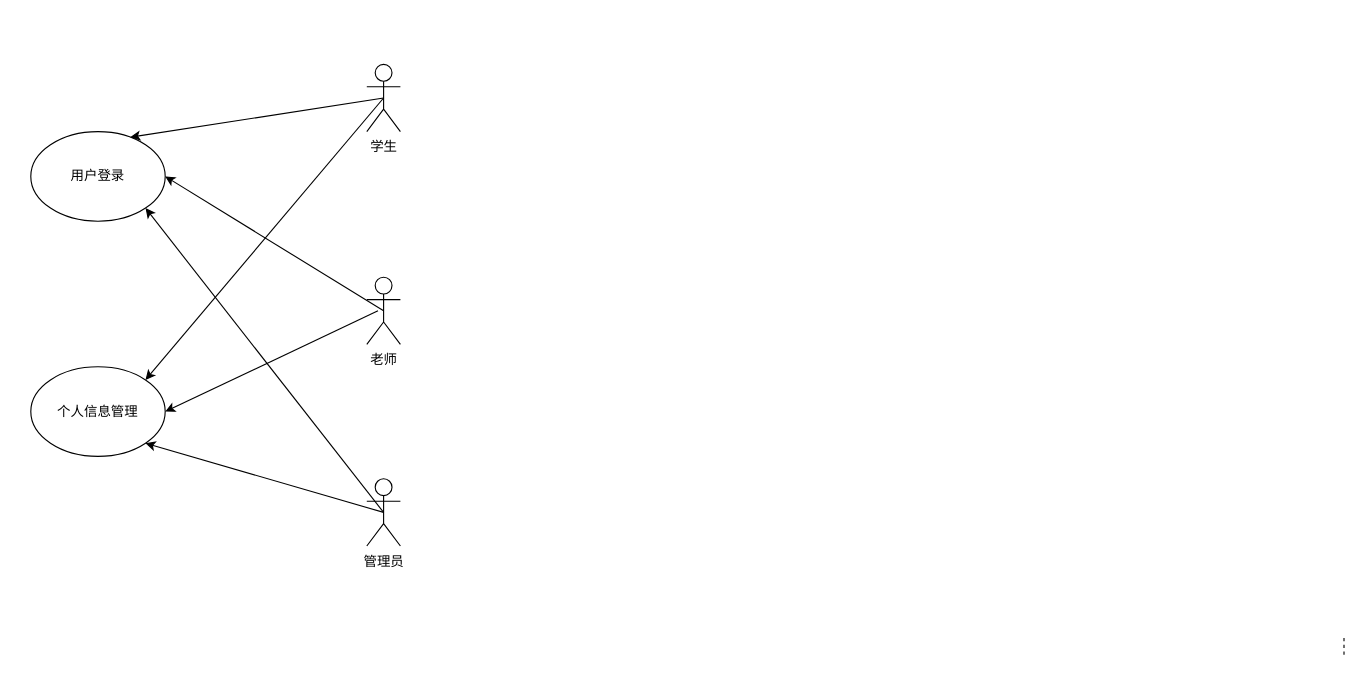
Earlier version of the draw.io diagram 未命名绘图.drawio (YuChenLiao/UML). Source tidied: cells renumbered, new cells numbered last; positions are measured from the earlier drawing's top-left corner, leaving out a move shared by most shapes. Both pictures are drawn from the tidied source at 112%, with x=0, y=0 at pixel (30, 64).
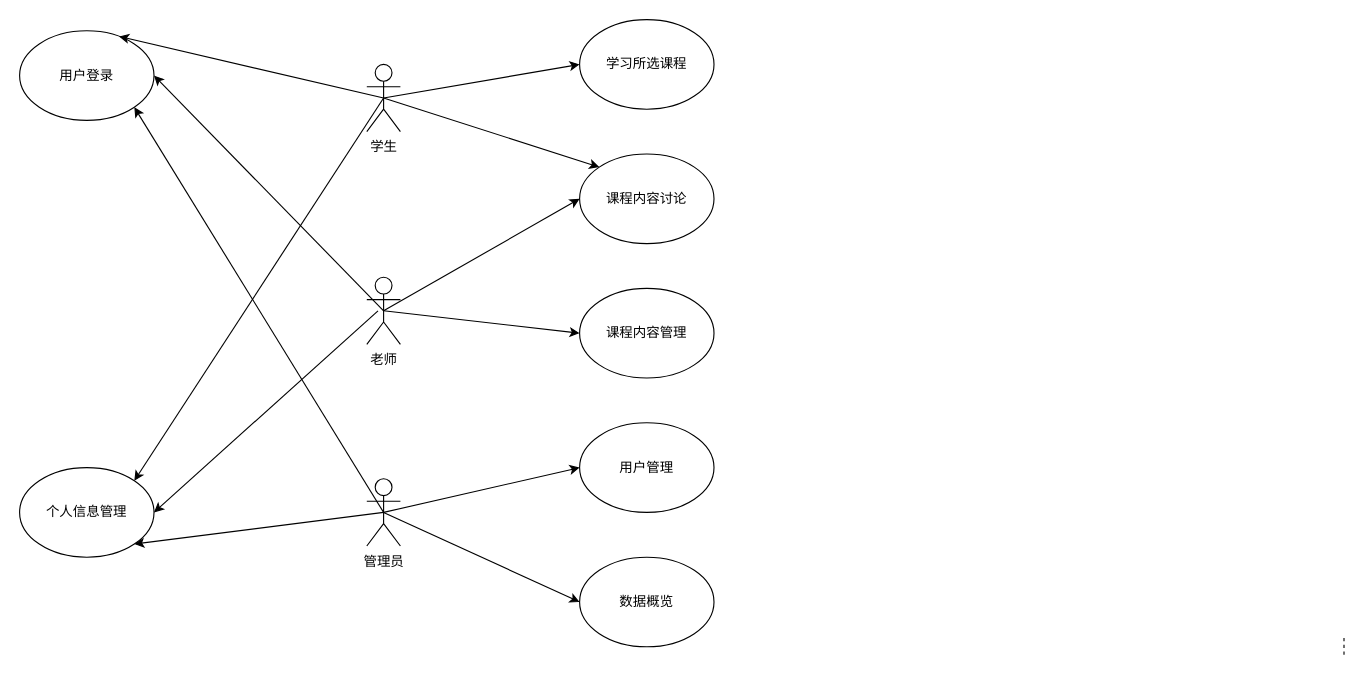
The same diagram, later.

Commit message (it also covers changes not shown here):
更新未命名绘图.drawio

The change refers to these unchanged cells:
```xml
<mxCell id="3" value="学生" style="shape=umlActor;verticalLabelPosition=bottom;verticalAlign=top;html=1;outlineConnect=0;" parent="1" vertex="1">
  <mxGeometry x="300" width="30" height="60" as="geometry" />
</mxCell>
<mxCell id="4" value="老师" style="shape=umlActor;verticalLabelPosition=bottom;verticalAlign=top;html=1;outlineConnect=0;" parent="1" vertex="1">
  <mxGeometry x="300" y="190" width="30" height="60" as="geometry" />
</mxCell>
<mxCell id="5" value="管理员" style="shape=umlActor;verticalLabelPosition=bottom;verticalAlign=top;html=1;outlineConnect=0;" parent="1" vertex="1">
  <mxGeometry x="300" y="370" width="30" height="60" as="geometry" />
</mxCell>
```

What changed in the source:
```diff
@@
     <mxCell id="6" value="用户登录" style="ellipse;whiteSpace=wrap;html=1;" parent="1" vertex="1">
-      <mxGeometry y="60" width="120" height="80" as="geometry" />
+      <mxGeometry x="-10" y="-30" width="120" height="80" as="geometry" />
     </mxCell>
     <mxCell id="7" value="个人信息管理" style="ellipse;whiteSpace=wrap;html=1;" parent="1" vertex="1">
-      <mxGeometry y="270" width="120" height="80" as="geometry" />
+      <mxGeometry x="-10" y="360" width="120" height="80" as="geometry" />
     </mxCell>
@@
+    <mxCell id="14" value="学习所选课程" style="ellipse;whiteSpace=wrap;html=1;" parent="1" vertex="1">
+      <mxGeometry x="490" y="-40" width="120" height="80" as="geometry" />
+    </mxCell>
+    <mxCell id="15" value="课程内容讨论" style="ellipse;whiteSpace=wrap;html=1;" parent="1" vertex="1">
+      <mxGeometry x="490" y="80" width="120" height="80" as="geometry" />
+    </mxCell>
+    <mxCell id="16" value="课程内容管理" style="ellipse;whiteSpace=wrap;html=1;" parent="1" vertex="1">
+      <mxGeometry x="490" y="200" width="120" height="80" as="geometry" />
+    </mxCell>
+    <mxCell id="17" value="用户管理" style="ellipse;whiteSpace=wrap;html=1;" parent="1" vertex="1">
+      <mxGeometry x="490" y="320" width="120" height="80" as="geometry" />
+    </mxCell>
+    <mxCell id="18" value="数据概览" style="ellipse;whiteSpace=wrap;html=1;" parent="1" vertex="1">
+      <mxGeometry x="490" y="440" width="120" height="80" as="geometry" />
+    </mxCell>
+    <mxCell id="19" style="endArrow=classic;html=1;rounded=0;exitX=0.5;exitY=0.5;exitDx=0;exitDy=0;exitPerimeter=0;entryX=0;entryY=0.5;entryDx=0;entryDy=0;" parent="1" edge="1" source="5" target="17">
+      <mxGeometry relative="1" as="geometry" />
+    </mxCell>
+    <mxCell id="20" style="endArrow=classic;html=1;rounded=0;exitX=0.5;exitY=0.5;exitDx=0;exitDy=0;exitPerimeter=0;entryX=0;entryY=0.5;entryDx=0;entryDy=0;" parent="1" edge="1" source="5" target="18">
+      <mxGeometry relative="1" as="geometry" />
+    </mxCell>
+    <mxCell id="21" style="endArrow=classic;html=1;rounded=0;exitX=0.5;exitY=0.5;exitDx=0;exitDy=0;exitPerimeter=0;entryX=0;entryY=0.5;entryDx=0;entryDy=0;" parent="1" edge="1" source="3" target="14">
+      <mxGeometry relative="1" as="geometry" />
+    </mxCell>
+    <mxCell id="22" style="endArrow=classic;html=1;rounded=0;exitX=0.5;exitY=0.5;exitDx=0;exitDy=0;exitPerimeter=0;entryX=0;entryY=0;entryDx=0;entryDy=0;" parent="1" edge="1" source="3" target="15">
+      <mxGeometry relative="1" as="geometry" />
+    </mxCell>
+    <mxCell id="23" style="endArrow=classic;html=1;rounded=0;exitX=0.5;exitY=0.5;exitDx=0;exitDy=0;exitPerimeter=0;entryX=0;entryY=0.5;entryDx=0;entryDy=0;" parent="1" edge="1" source="4" target="15">
+      <mxGeometry relative="1" as="geometry" />
+    </mxCell>
+    <mxCell id="24" style="endArrow=classic;html=1;rounded=0;exitX=0.5;exitY=0.5;exitDx=0;exitDy=0;exitPerimeter=0;entryX=0;entryY=0.5;entryDx=0;entryDy=0;" parent="1" edge="1" source="4" target="16">
+      <mxGeometry relative="1" as="geometry" />
+    </mxCell>
```
